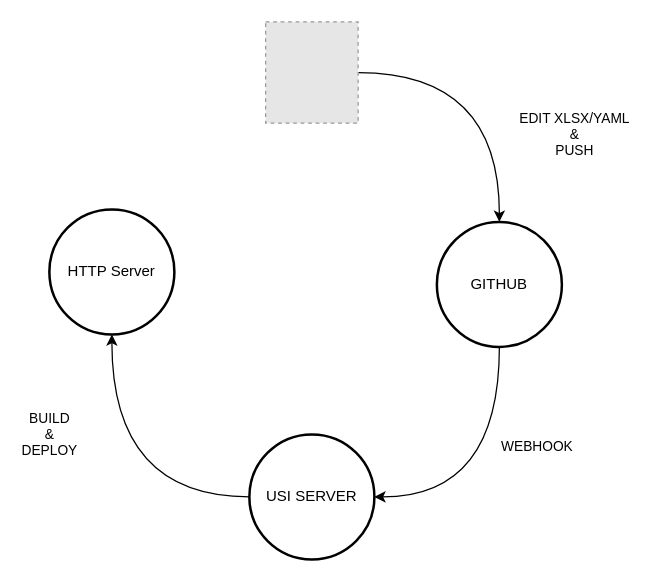
Earlier version of the draw.io diagram Poster.drawio (kandiu/draw.io). Source tidied: cells renumbered, new cells numbered last; positions are measured from the earlier drawing's top-left corner, leaving out a move shared by most shapes. Both pictures are drawn from the tidied source at 125%, with x=0, y=0 at pixel (49, 21). Pictures stored in the file or linked from it are replaced by grey dashed boxes.
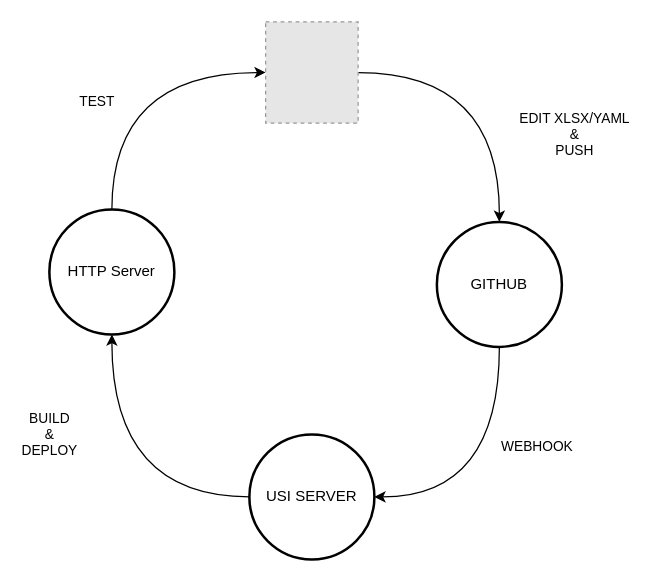
The same page after the edit.

The edit, as a diff of the source:
```diff
@@
 <mxGraphModel>
   <root>
     <mxCell id="0" />
     <mxCell id="1" parent="0" />
     <mxCell id="2" value="&lt;div align=&quot;center&quot;&gt;EDIT XLSX/YAML&lt;/div&gt;&lt;div align=&quot;center&quot;&gt;&amp;amp; &lt;br&gt;&lt;/div&gt;&lt;div align=&quot;center&quot;&gt;PUSH&lt;br&gt;&lt;/div&gt;" style="edgeStyle=orthogonalEdgeStyle;curved=1;rounded=0;jettySize=auto;html=1;exitX=1;exitY=0.5;exitDx=0;exitDy=0;entryX=0.5;entryY=0;entryDx=0;entryDy=0;entryPerimeter=0;" parent="1" edge="1" source="3" target="7">
       <mxGeometry x="-0.03" y="-77" relative="1" as="geometry">
         <mxPoint x="137" y="49" as="offset" />
       </mxGeometry>
     </mxCell>
     <mxCell id="3" style="fillColor=#E6E6E6;strokeColor=#999999;dashed=1;verticalLabelPosition=bottom;labelBackgroundColor=#ffffff;verticalAlign=top;" parent="1" vertex="1">
       <mxGeometry x="173" width="74" height="81" as="geometry" />
     </mxCell>
     <mxCell id="4" value="&lt;div&gt;BUILD &lt;br&gt;&lt;/div&gt;&lt;div&gt;&amp;amp; &lt;br&gt;&lt;/div&gt;&lt;div&gt;DEPLOY&lt;/div&gt;" style="edgeStyle=orthogonalEdgeStyle;curved=1;rounded=0;jettySize=auto;html=1;exitX=0;exitY=0.5;exitDx=0;exitDy=0;exitPerimeter=0;entryX=0.5;entryY=1;entryDx=0;entryDy=0;entryPerimeter=0;" parent="1" edge="1" source="5" target="8">
       <mxGeometry x="-0.08" y="-71" relative="1" as="geometry">
         <mxPoint x="-121" y="-50" as="offset" />
       </mxGeometry>
     </mxCell>
     <mxCell id="5" value="USI SERVER" style="strokeWidth=2;html=1;shape=mxgraph.flowchart.start_2;whiteSpace=wrap;" parent="1" vertex="1">
       <mxGeometry x="160" y="330" width="100" height="100" as="geometry" />
     </mxCell>
     <mxCell id="6" value="WEBHOOK" style="edgeStyle=orthogonalEdgeStyle;curved=1;rounded=0;jettySize=auto;html=1;exitX=0.5;exitY=1;exitDx=0;exitDy=0;exitPerimeter=0;entryX=1;entryY=0.5;entryDx=0;entryDy=0;entryPerimeter=0;" parent="1" edge="1" source="7" target="5">
       <mxGeometry x="-0.27" y="30" relative="1" as="geometry" />
     </mxCell>
     <mxCell id="7" value="GITHUB" style="strokeWidth=2;html=1;shape=mxgraph.flowchart.start_2;whiteSpace=wrap;" parent="1" vertex="1">
       <mxGeometry x="310" y="160" width="100" height="100" as="geometry" />
     </mxCell>
+    <mxCell id="9" value="&lt;div&gt;TEST&lt;/div&gt;" style="edgeStyle=orthogonalEdgeStyle;curved=1;rounded=0;jettySize=auto;html=1;exitX=0.5;exitY=0;exitDx=0;exitDy=0;exitPerimeter=0;entryX=0;entryY=0.5;entryDx=0;entryDy=0;" parent="1" edge="1" source="8" target="3">
+      <mxGeometry x="-0.26" y="12" relative="1" as="geometry" />
+    </mxCell>
     <mxCell id="8" value="HTTP Server" style="strokeWidth=2;html=1;shape=mxgraph.flowchart.start_2;whiteSpace=wrap;" parent="1" vertex="1">
       <mxGeometry y="150" width="100" height="100" as="geometry" />
     </mxCell>
   </root>
 </mxGraphModel>
```
